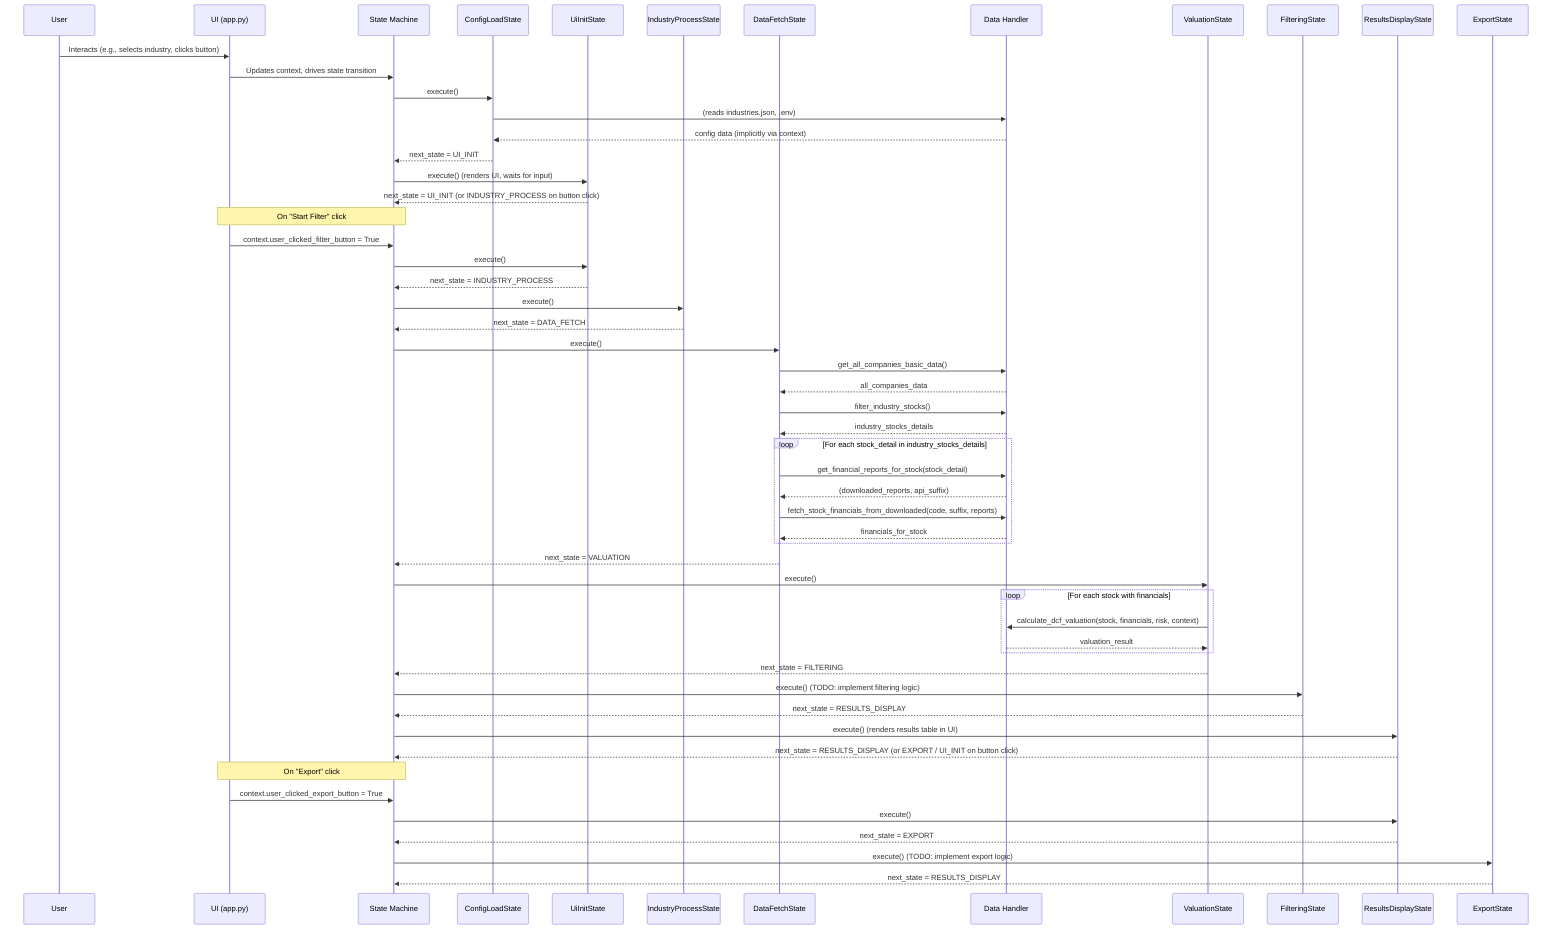
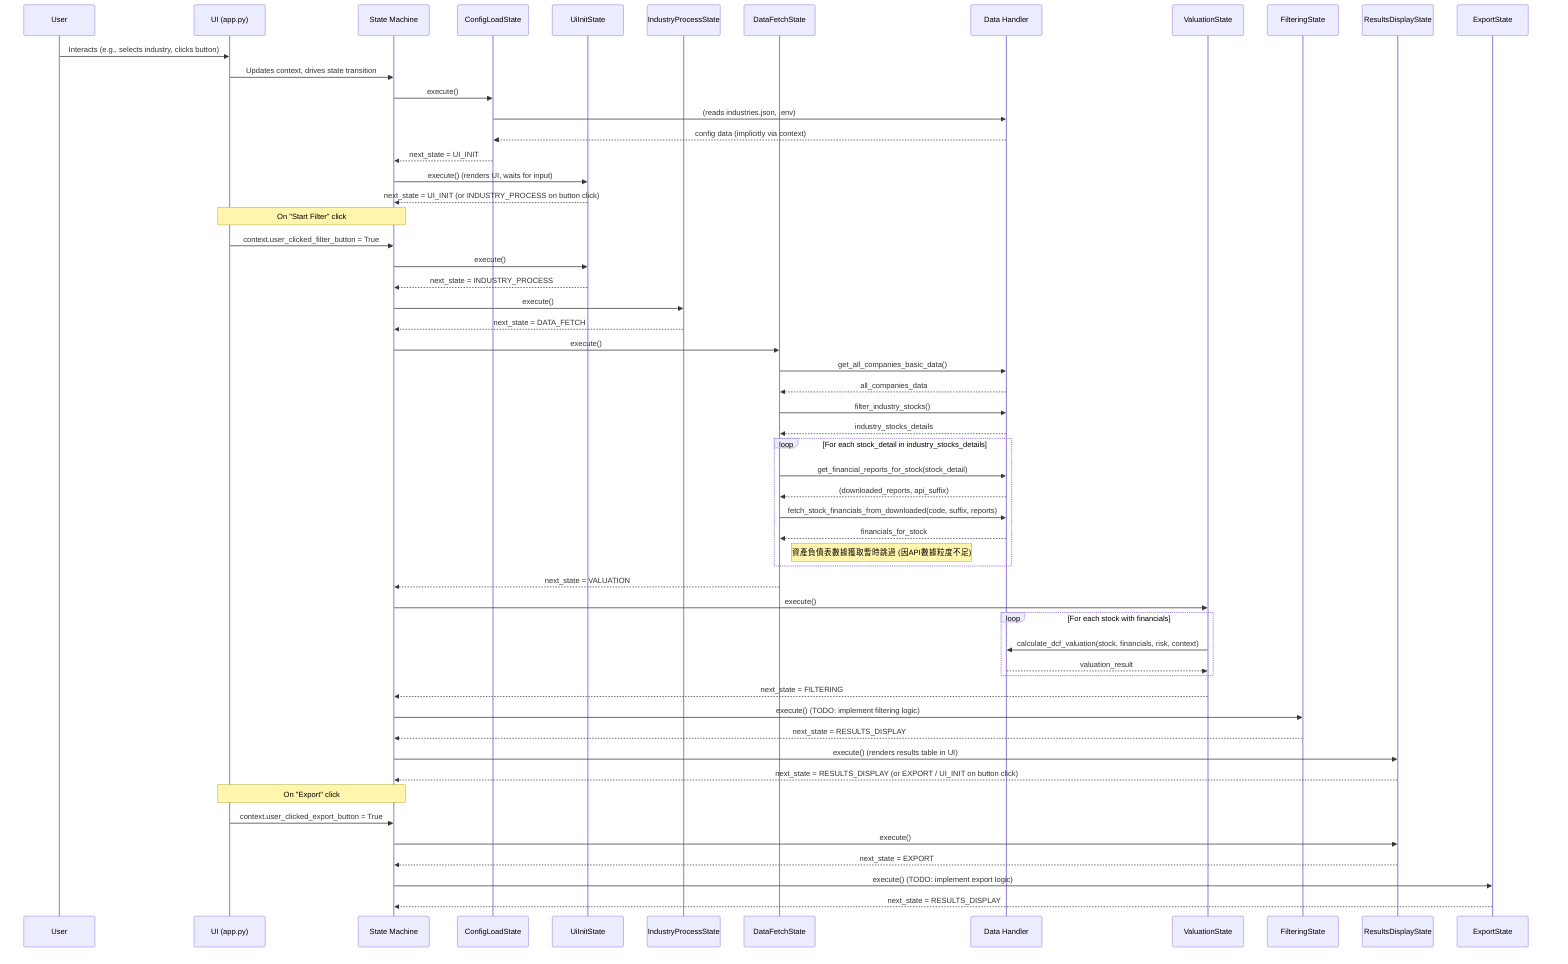
sequenceDiagram
    participant User
    participant StreamlitApp as UI (app.py)
    participant JoJoStateMachine as State Machine
    participant ConfigLoadState
    participant UiInitState
    participant IndustryProcessState
    participant DataFetchState
    participant DataHandlerModule as Data Handler
    participant ValuationState
    participant FilteringState
    participant ResultsDisplayState
    participant ExportState

    User->>StreamlitApp: Interacts (e.g., selects industry, clicks button)
    StreamlitApp->>JoJoStateMachine: Updates context, drives state transition

    JoJoStateMachine->>ConfigLoadState: execute()
    ConfigLoadState->>DataHandlerModule: (reads industries.json, .env)
    DataHandlerModule-->>ConfigLoadState: config data (implicitly via context)
    ConfigLoadState-->>JoJoStateMachine: next_state = UI_INIT

    JoJoStateMachine->>UiInitState: execute() (renders UI, waits for input)
    UiInitState-->>JoJoStateMachine: next_state = UI_INIT (or INDUSTRY_PROCESS on button click)

    Note over StreamlitApp, JoJoStateMachine: On "Start Filter" click
    StreamlitApp->>JoJoStateMachine: context.user_clicked_filter_button = True
    JoJoStateMachine->>UiInitState: execute()
    UiInitState-->>JoJoStateMachine: next_state = INDUSTRY_PROCESS

    JoJoStateMachine->>IndustryProcessState: execute()
    IndustryProcessState-->>JoJoStateMachine: next_state = DATA_FETCH

    JoJoStateMachine->>DataFetchState: execute()
    DataFetchState->>DataHandlerModule: get_all_companies_basic_data()
    DataHandlerModule-->>DataFetchState: all_companies_data
    DataFetchState->>DataHandlerModule: filter_industry_stocks()
    DataHandlerModule-->>DataFetchState: industry_stocks_details
    loop For each stock_detail in industry_stocks_details
        DataFetchState->>DataHandlerModule: get_financial_reports_for_stock(stock_detail)
        DataHandlerModule-->>DataFetchState: (downloaded_reports, api_suffix)
        DataFetchState->>DataHandlerModule: fetch_stock_financials_from_downloaded(code, suffix, reports)
        DataHandlerModule-->>DataFetchState: financials_for_stock
+         Note right of DataFetchState: 資產負債表數據獲取暫時跳過 (因API數據粒度不足)
    end
    DataFetchState-->>JoJoStateMachine: next_state = VALUATION

    JoJoStateMachine->>ValuationState: execute()
    loop For each stock with financials
        ValuationState->>DataHandlerModule: calculate_dcf_valuation(stock, financials, risk, context)
        DataHandlerModule-->>ValuationState: valuation_result
    end
    ValuationState-->>JoJoStateMachine: next_state = FILTERING

    JoJoStateMachine->>FilteringState: execute() (TODO: implement filtering logic)
    FilteringState-->>JoJoStateMachine: next_state = RESULTS_DISPLAY

    JoJoStateMachine->>ResultsDisplayState: execute() (renders results table in UI)
    ResultsDisplayState-->>JoJoStateMachine: next_state = RESULTS_DISPLAY (or EXPORT / UI_INIT on button click)

    Note over StreamlitApp, JoJoStateMachine: On "Export" click
    StreamlitApp->>JoJoStateMachine: context.user_clicked_export_button = True
    JoJoStateMachine->>ResultsDisplayState: execute()
    ResultsDisplayState-->>JoJoStateMachine: next_state = EXPORT

    JoJoStateMachine->>ExportState: execute() (TODO: implement export logic)
    ExportState-->>JoJoStateMachine: next_state = RESULTS_DISPLAY
